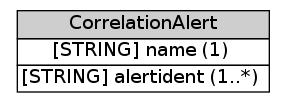
Before: idmef/graph/CorrelationAlert.png, a diagram exported from Graphviz (Moutix/idmef_parser). Its source is kept beside it as idmef/graph/CorrelationAlert.dot.
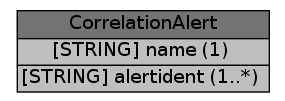
The same diagram one commit later.

Change to the diagram source:
```diff
@@ -2,5 +2,5 @@
 	graph [rankdir=LR];
 	node [label="\N"];
 	graph [bb="0,0,206,68"];
-	CorrelationAlert [label=<<table BORDER="0" CELLBORDER="1" CELLSPACING="0"> <tr > <td BGCOLOR="#CECECE" HREF="#" TITLE="The CorrelationAlert class carries additional information related to the correlation of alert information. It is intended to group one or more previously-sent alerts together, to say &quot;these alerts are all related&quot;. ">CorrelationAlert</td> </tr>" %<tr><td HREF="#" TITLE="The reason for grouping the alerts together, for example, a particular correlation method.">[STRING] name (1) </td></tr>%<tr><td HREF="#" TITLE="The list of alert identifiers that are related to this alert.  Because alert identifiers are only unique across the alerts sent by a single analyzer, the optional &quot;analyzerid&quot; attribute of &quot;alertident&quot; should be used to identify the analyzer that a particular alert came from.  If the &quot;analyzerid&quot; is not provided, the alert is assumed to have come from the same analyzer that is sending the CorrelationAlert.">[STRING] alertident (1..*) </td></tr>%</table>>, shape=plaintext, pos="103,34", width="2.8333", height="0.95833"];
+	CorrelationAlert [label=<<table BORDER="0" CELLBORDER="1" CELLSPACING="0"> <tr > <td BGCOLOR="#737373" HREF="#" TITLE="The CorrelationAlert class carries additional information related to the correlation of alert information. It is intended to group one or more previously-sent alerts together, to say &quot;these alerts are all related&quot;. ">CorrelationAlert</td> </tr>" %<tr><td BGCOLOR="#BFBFBF" HREF="#" TITLE="The reason for grouping the alerts together, for example, a particular correlation method.">[STRING] name (1) </td></tr>%<tr><td BGCOLOR="#BFBFBF" HREF="#" TITLE="The list of alert identifiers that are related to this alert.  Because alert identifiers are only unique across the alerts sent by a single analyzer, the optional &quot;analyzerid&quot; attribute of &quot;alertident&quot; should be used to identify the analyzer that a particular alert came from.  If the &quot;analyzerid&quot; is not provided, the alert is assumed to have come from the same analyzer that is sending the CorrelationAlert.">[STRING] alertident (1..*) </td></tr>%</table>>, shape=plaintext, pos="103,34", width="2.8333", height="0.95833"];
 }
```
